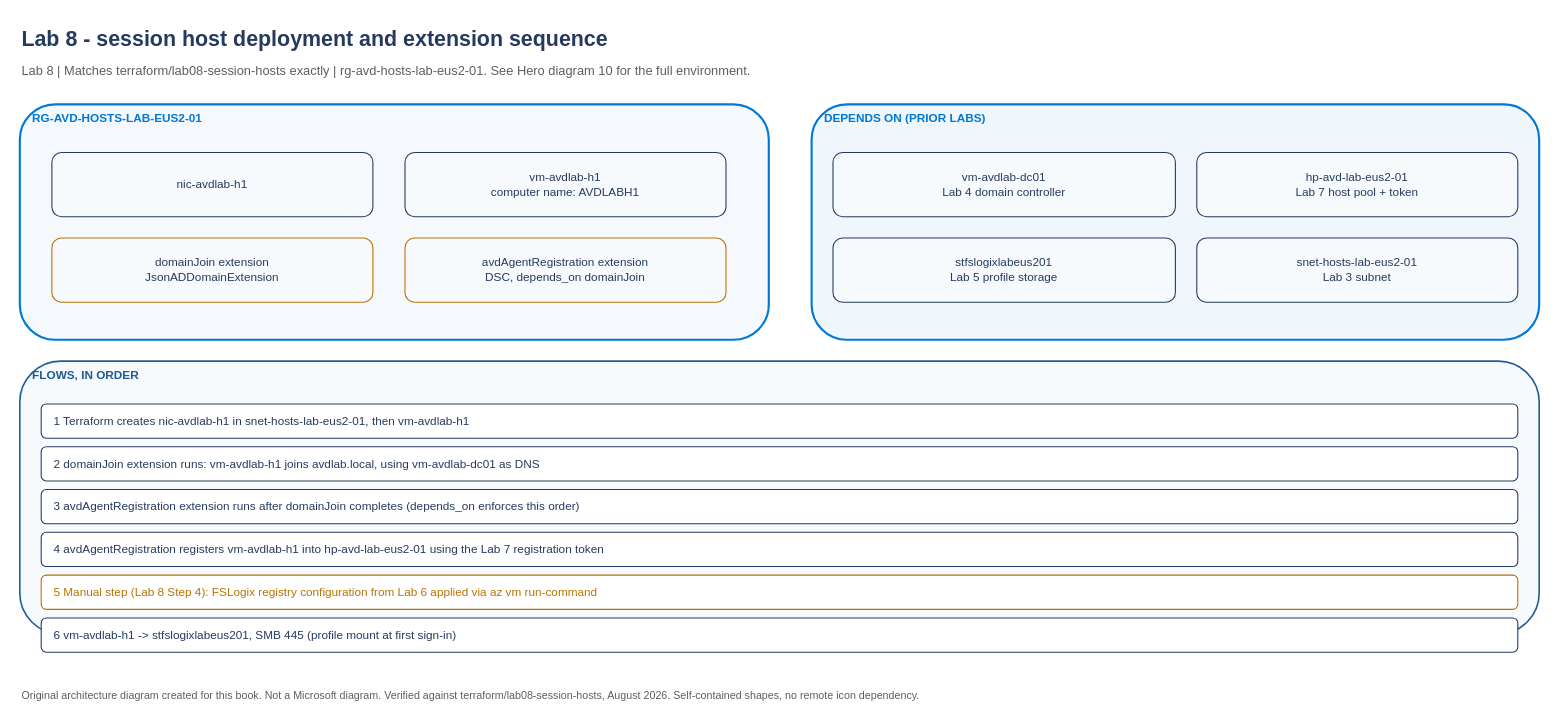
AddySidd27/azure-virtual-desktop-architect keeps this draw.io diagram as diagrams/architecture/lab08-session-host-join.drawio. Above is the earlier version. Source tidied: cells renumbered, new cells numbered last; positions are measured from the earlier drawing's top-left corner, leaving out a move shared by most shapes. Both pictures are drawn from the tidied source at 107%, with x=0, y=0 at pixel (19, 18).
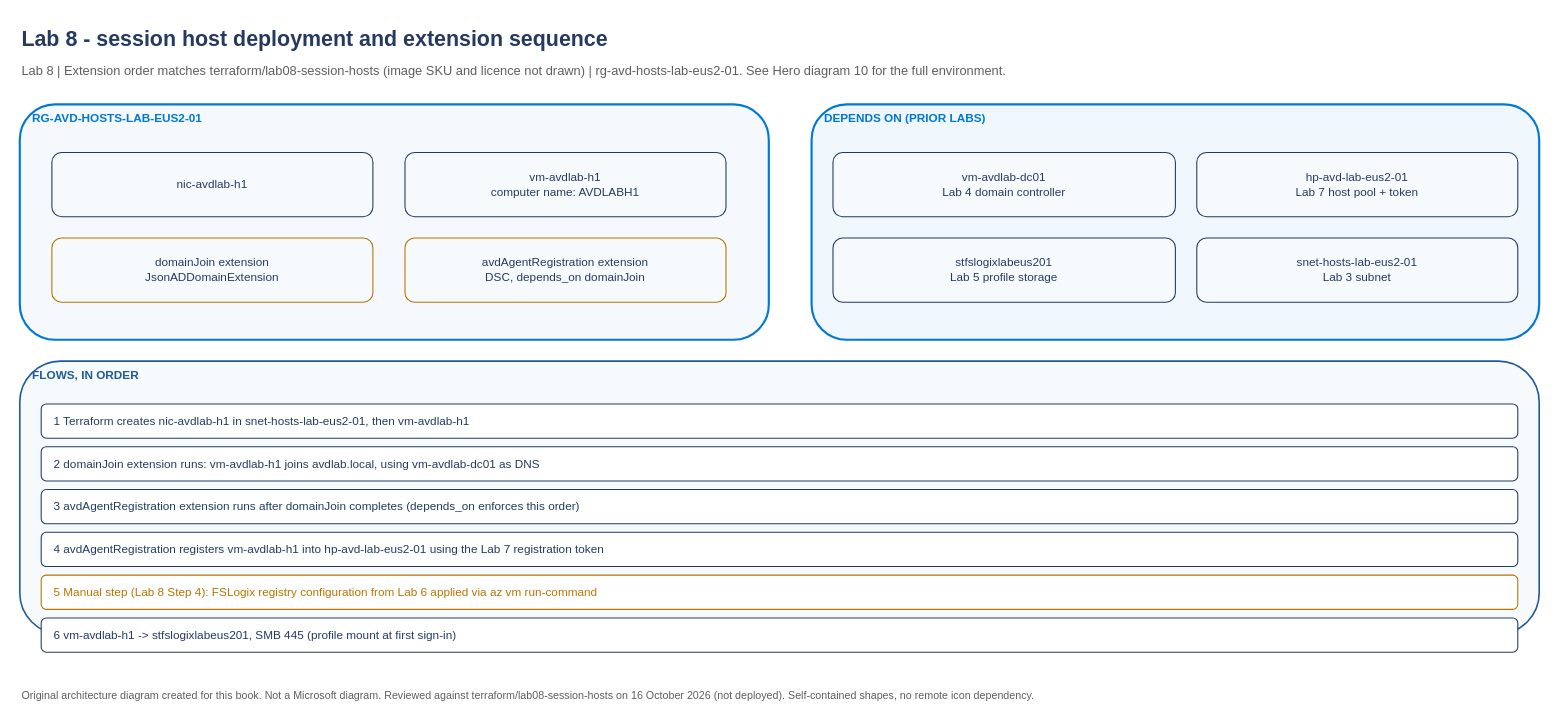
Above is the later version.

Change to the diagram source:
```diff
@@
-    <mxCell id="3" value="Lab 8 | Matches terraform/lab08-session-hosts exactly | rg-avd-hosts-lab-eus2-01. See Hero diagram 10 for the full environment." style="text;fontSize=12;fontColor=#605E5C;align=left;" parent="1" vertex="1">
+    <mxCell id="3" value="Lab 8 | Extension order matches terraform/lab08-session-hosts (image SKU and licence not drawn) | rg-avd-hosts-lab-eus2-01. See Hero diagram 10 for the full environment." style="text;fontSize=12;fontColor=#605E5C;align=left;" parent="1" vertex="1">
       <mxGeometry y="35" width="1200" height="20" as="geometry" />
     </mxCell>
@@
-    <mxCell id="21" value="Original architecture diagram created for this book. Not a Microsoft diagram. Verified against terraform/lab08-session-hosts, August 2026. Self-contained shapes, no remote icon dependency." style="text;fontSize=10;fontColor=#605E5C;align=left;" parent="1" vertex="1">
+    <mxCell id="21" value="Original architecture diagram created for this book. Not a Microsoft diagram. Reviewed against terraform/lab08-session-hosts on 16 October 2026 (not deployed). Self-contained shapes, no remote icon dependency." style="text;fontSize=10;fontColor=#605E5C;align=left;" parent="1" vertex="1">
       <mxGeometry y="620" width="1200" height="20" as="geometry" />
     </mxCell>
```
